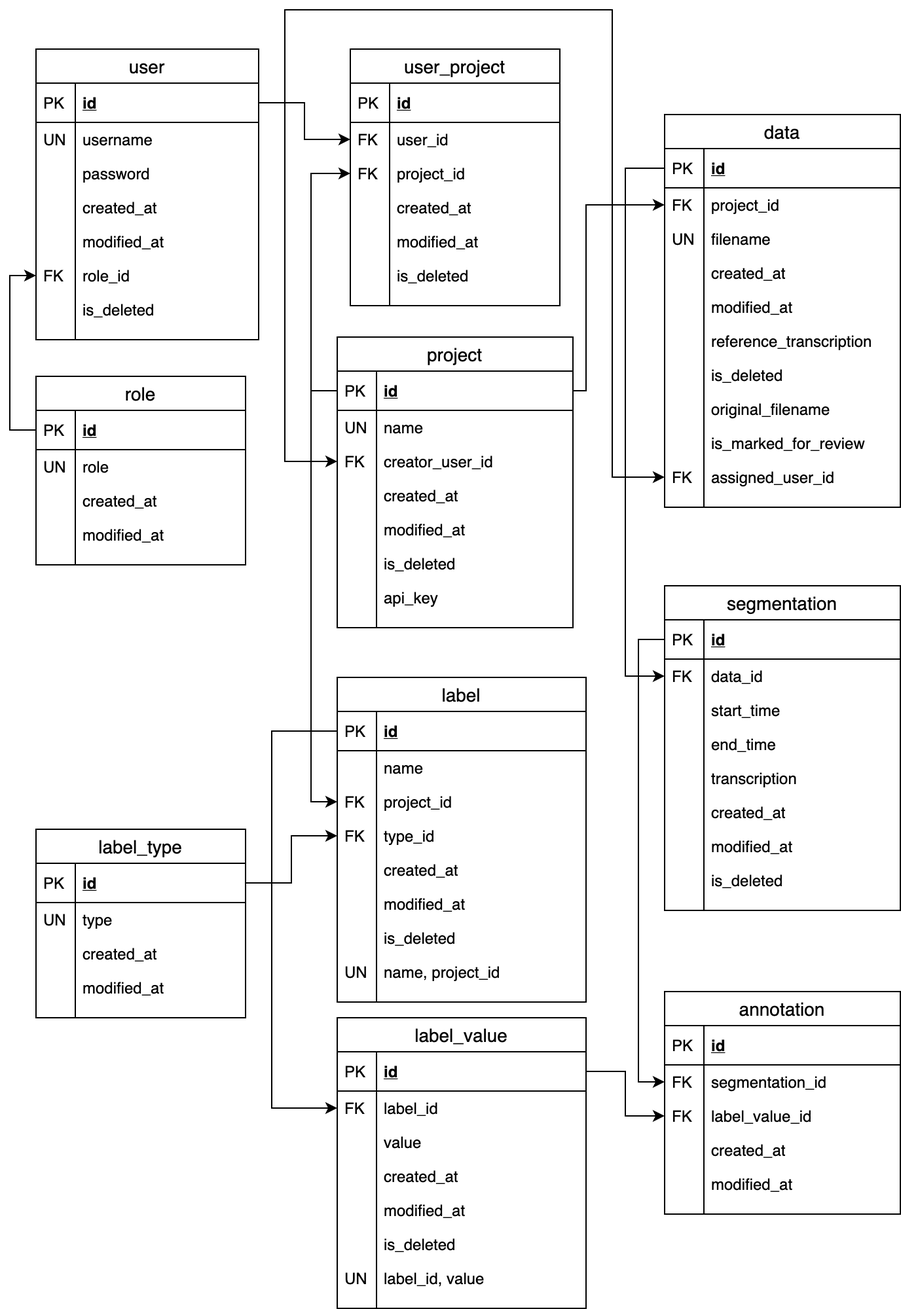
This is docs/database/database.png from midas-research/audino, a draw.io export, as it was before one commit. Source tidied: cells renumbered, new cells last; positions are measured from the earlier drawing's top-left corner, leaving out a move shared by most shapes.
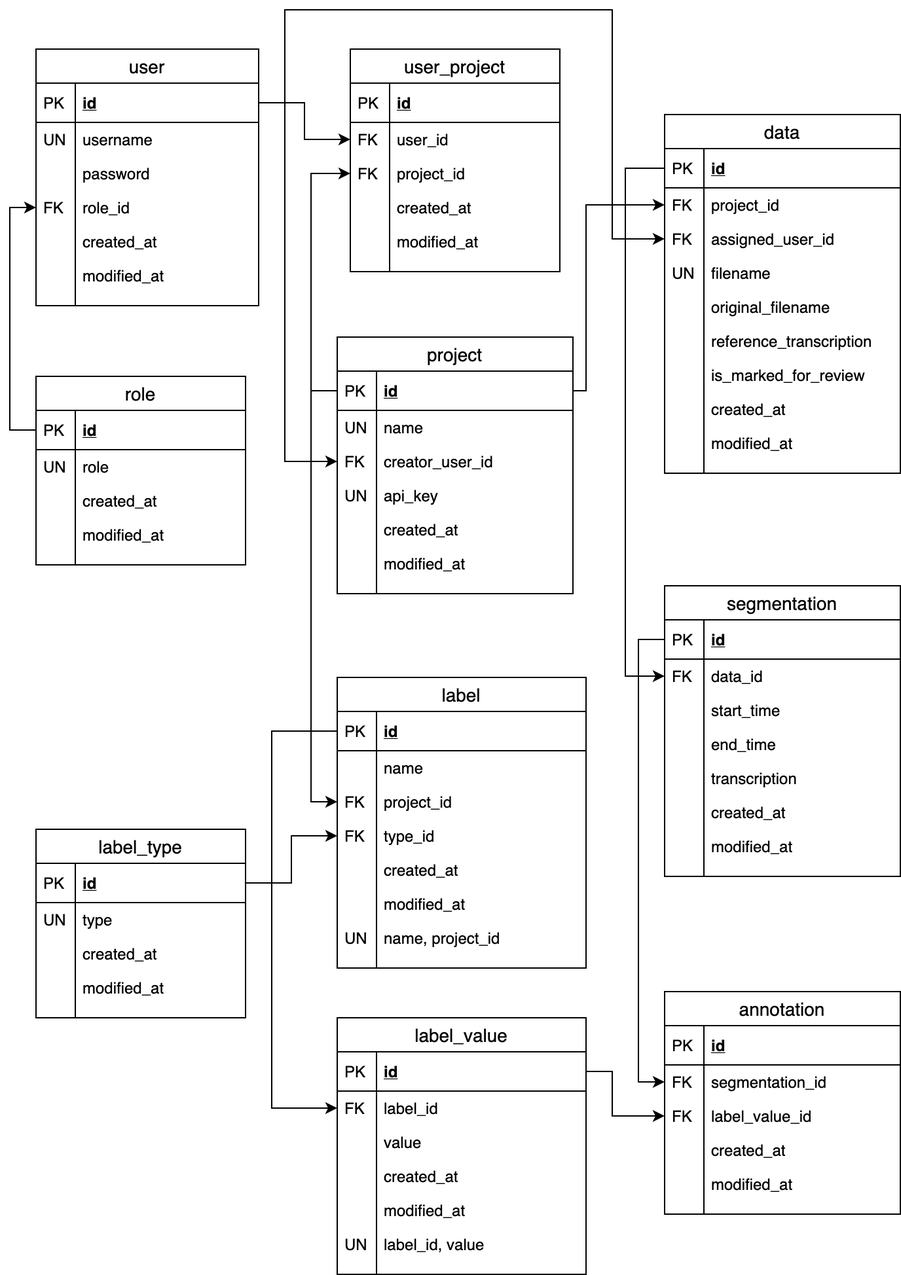
After the change.

Commit message:
[Docs] Updates database and architecture

Diff of the diagram source:
```diff
@@ -5,3 +5,3 @@
     <mxCell id="2" value="user" style="swimlane;fontStyle=0;horizontal=1;startSize=26;align=center;fontSize=14;" parent="1" vertex="1">
-      <mxGeometry y="30" width="170" height="222" as="geometry" />
+      <mxGeometry y="30" width="170" height="196" as="geometry" />
     </mxCell>
@@ -25,4 +25,10 @@
     </mxCell>
+    <mxCell id="13" value="role_id" style="shape=partialRectangle;top=0;left=0;right=0;bottom=0;align=left;verticalAlign=top;fillColor=none;spacingLeft=34;spacingRight=4;overflow=hidden;points=[[0,0.5],[1,0.5]];portConstraint=eastwest;fontSize=12;" parent="2" vertex="1">
+      <mxGeometry y="108" width="170" height="26" as="geometry" />
+    </mxCell>
+    <mxCell id="14" value="FK" style="shape=partialRectangle;top=0;left=0;bottom=0;fillColor=none;align=left;verticalAlign=top;spacingLeft=4;spacingRight=4;overflow=hidden;fontSize=12;" parent="13" vertex="1">
+      <mxGeometry width="30" height="26" as="geometry" />
+    </mxCell>
     <mxCell id="9" value="created_at" style="shape=partialRectangle;top=0;left=0;right=0;bottom=0;align=left;verticalAlign=top;fillColor=none;spacingLeft=34;spacingRight=4;overflow=hidden;fontSize=12;" parent="2" vertex="1">
-      <mxGeometry y="108" width="170" height="26" as="geometry" />
+      <mxGeometry y="134" width="170" height="26" as="geometry" />
     </mxCell>
@@ -32,3 +38,3 @@
     <mxCell id="11" value="modified_at" style="shape=partialRectangle;top=0;left=0;right=0;bottom=0;align=left;verticalAlign=top;fillColor=none;spacingLeft=34;spacingRight=4;overflow=hidden;fontSize=12;" parent="2" vertex="1">
-      <mxGeometry y="134" width="170" height="26" as="geometry" />
+      <mxGeometry y="160" width="170" height="26" as="geometry" />
     </mxCell>
@@ -37,16 +43,4 @@
     </mxCell>
-    <mxCell id="13" value="role_id" style="shape=partialRectangle;top=0;left=0;right=0;bottom=0;align=left;verticalAlign=top;fillColor=none;spacingLeft=34;spacingRight=4;overflow=hidden;points=[[0,0.5],[1,0.5]];portConstraint=eastwest;fontSize=12;" parent="2" vertex="1">
-      <mxGeometry y="160" width="170" height="26" as="geometry" />
-    </mxCell>
-    <mxCell id="14" value="FK" style="shape=partialRectangle;top=0;left=0;bottom=0;fillColor=none;align=left;verticalAlign=top;spacingLeft=4;spacingRight=4;overflow=hidden;fontSize=12;" parent="13" vertex="1">
-      <mxGeometry width="30" height="26" as="geometry" />
-    </mxCell>
-    <mxCell id="15" value="is_deleted" style="shape=partialRectangle;top=0;left=0;right=0;bottom=0;align=left;verticalAlign=top;fillColor=none;spacingLeft=34;spacingRight=4;overflow=hidden;fontSize=12;" parent="2" vertex="1">
-      <mxGeometry y="186" width="170" height="26" as="geometry" />
-    </mxCell>
-    <mxCell id="16" style="shape=partialRectangle;top=0;left=0;bottom=0;fillColor=none;align=left;verticalAlign=top;spacingLeft=4;spacingRight=4;overflow=hidden;fontSize=12;" parent="15" vertex="1">
-      <mxGeometry width="30" height="26" as="geometry" />
-    </mxCell>
     <mxCell id="17" style="shape=partialRectangle;top=0;left=0;right=0;bottom=0;align=left;verticalAlign=top;fillColor=none;spacingLeft=34;spacingRight=4;overflow=hidden;fontSize=12;" parent="2" vertex="1">
-      <mxGeometry y="212" width="170" height="10" as="geometry" />
+      <mxGeometry y="186" width="170" height="10" as="geometry" />
     </mxCell>
@@ -56,3 +50,3 @@
     <mxCell id="19" value="project" style="swimlane;fontStyle=0;horizontal=1;startSize=26;align=center;fontSize=14;" parent="1" vertex="1">
-      <mxGeometry x="230" y="250" width="180" height="222" as="geometry" />
+      <mxGeometry x="230" y="250" width="180" height="196" as="geometry" />
     </mxCell>
@@ -76,4 +70,10 @@
     </mxCell>
+    <mxCell id="32" value="api_key" style="shape=partialRectangle;top=0;left=0;right=0;bottom=0;align=left;verticalAlign=top;fillColor=none;spacingLeft=34;spacingRight=4;overflow=hidden;fontSize=12;" parent="19" vertex="1">
+      <mxGeometry y="108" width="180" height="26" as="geometry" />
+    </mxCell>
+    <mxCell id="33" value="UN" style="shape=partialRectangle;top=0;left=0;bottom=0;fillColor=none;align=left;verticalAlign=top;spacingLeft=4;spacingRight=4;overflow=hidden;fontSize=12;" parent="32" vertex="1">
+      <mxGeometry width="30" height="26" as="geometry" />
+    </mxCell>
     <mxCell id="26" value="created_at" style="shape=partialRectangle;top=0;left=0;right=0;bottom=0;align=left;verticalAlign=top;fillColor=none;spacingLeft=34;spacingRight=4;overflow=hidden;fontSize=12;" parent="19" vertex="1">
-      <mxGeometry y="108" width="180" height="26" as="geometry" />
+      <mxGeometry y="134" width="180" height="26" as="geometry" />
     </mxCell>
@@ -83,3 +83,3 @@
     <mxCell id="28" value="modified_at" style="shape=partialRectangle;top=0;left=0;right=0;bottom=0;align=left;verticalAlign=top;fillColor=none;spacingLeft=34;spacingRight=4;overflow=hidden;fontSize=12;" parent="19" vertex="1">
-      <mxGeometry y="134" width="180" height="26" as="geometry" />
+      <mxGeometry y="160" width="180" height="26" as="geometry" />
     </mxCell>
@@ -88,16 +88,4 @@
     </mxCell>
-    <mxCell id="30" value="is_deleted" style="shape=partialRectangle;top=0;left=0;right=0;bottom=0;align=left;verticalAlign=top;fillColor=none;spacingLeft=34;spacingRight=4;overflow=hidden;fontSize=12;" parent="19" vertex="1">
-      <mxGeometry y="160" width="180" height="26" as="geometry" />
-    </mxCell>
-    <mxCell id="31" style="shape=partialRectangle;top=0;left=0;bottom=0;fillColor=none;align=left;verticalAlign=top;spacingLeft=4;spacingRight=4;overflow=hidden;fontSize=12;" parent="30" vertex="1">
-      <mxGeometry width="30" height="26" as="geometry" />
-    </mxCell>
-    <mxCell id="32" value="api_key" style="shape=partialRectangle;top=0;left=0;right=0;bottom=0;align=left;verticalAlign=top;fillColor=none;spacingLeft=34;spacingRight=4;overflow=hidden;fontSize=12;" parent="19" vertex="1">
-      <mxGeometry y="186" width="180" height="26" as="geometry" />
-    </mxCell>
-    <mxCell id="33" style="shape=partialRectangle;top=0;left=0;bottom=0;fillColor=none;align=left;verticalAlign=top;spacingLeft=4;spacingRight=4;overflow=hidden;fontSize=12;" parent="32" vertex="1">
-      <mxGeometry width="30" height="26" as="geometry" />
-    </mxCell>
     <mxCell id="34" style="shape=partialRectangle;top=0;left=0;right=0;bottom=0;align=left;verticalAlign=top;fillColor=none;spacingLeft=34;spacingRight=4;overflow=hidden;fontSize=12;" parent="19" vertex="1">
-      <mxGeometry y="212" width="180" height="10" as="geometry" />
+      <mxGeometry y="186" width="180" height="10" as="geometry" />
     </mxCell>
@@ -143,3 +131,3 @@
     <mxCell id="48" value="data" style="swimlane;fontStyle=0;horizontal=1;startSize=26;align=center;fontSize=14;" parent="1" vertex="1">
-      <mxGeometry x="480" y="80" width="180" height="300" as="geometry" />
+      <mxGeometry x="480" y="80" width="180" height="274" as="geometry" />
     </mxCell>
@@ -157,4 +145,10 @@
     </mxCell>
+    <mxCell id="67" value="assigned_user_id" style="shape=partialRectangle;top=0;left=0;right=0;bottom=0;align=left;verticalAlign=top;fillColor=none;spacingLeft=34;spacingRight=4;overflow=hidden;points=[[0,0.5],[1,0.5]];portConstraint=eastwest;fontSize=12;" parent="48" vertex="1">
+      <mxGeometry y="82" width="180" height="26" as="geometry" />
+    </mxCell>
+    <mxCell id="68" value="FK" style="shape=partialRectangle;top=0;left=0;bottom=0;fillColor=none;align=left;verticalAlign=top;spacingLeft=4;spacingRight=4;overflow=hidden;fontSize=12;" parent="67" vertex="1">
+      <mxGeometry width="30" height="26" as="geometry" />
+    </mxCell>
     <mxCell id="53" value="filename" style="shape=partialRectangle;top=0;left=0;right=0;bottom=0;align=left;verticalAlign=top;fillColor=none;spacingLeft=34;spacingRight=4;overflow=hidden;fontSize=12;" parent="48" vertex="1">
-      <mxGeometry y="82" width="180" height="26" as="geometry" />
+      <mxGeometry y="108" width="180" height="26" as="geometry" />
     </mxCell>
@@ -163,4 +157,22 @@
     </mxCell>
+    <mxCell id="63" value="original_filename" style="shape=partialRectangle;top=0;left=0;right=0;bottom=0;align=left;verticalAlign=top;fillColor=none;spacingLeft=34;spacingRight=4;overflow=hidden;fontSize=12;" parent="48" vertex="1">
+      <mxGeometry y="134" width="180" height="26" as="geometry" />
+    </mxCell>
+    <mxCell id="64" style="shape=partialRectangle;top=0;left=0;bottom=0;fillColor=none;align=left;verticalAlign=top;spacingLeft=4;spacingRight=4;overflow=hidden;fontSize=12;" parent="63" vertex="1">
+      <mxGeometry width="30" height="26" as="geometry" />
+    </mxCell>
+    <mxCell id="59" value="reference_transcription" style="shape=partialRectangle;top=0;left=0;right=0;bottom=0;align=left;verticalAlign=top;fillColor=none;spacingLeft=34;spacingRight=4;overflow=hidden;fontSize=12;" parent="48" vertex="1">
+      <mxGeometry y="160" width="180" height="26" as="geometry" />
+    </mxCell>
+    <mxCell id="60" style="shape=partialRectangle;top=0;left=0;bottom=0;fillColor=none;align=left;verticalAlign=top;spacingLeft=4;spacingRight=4;overflow=hidden;fontSize=12;" parent="59" vertex="1">
+      <mxGeometry width="30" height="26" as="geometry" />
+    </mxCell>
+    <mxCell id="65" value="is_marked_for_review" style="shape=partialRectangle;top=0;left=0;right=0;bottom=0;align=left;verticalAlign=top;fillColor=none;spacingLeft=34;spacingRight=4;overflow=hidden;fontSize=12;" parent="48" vertex="1">
+      <mxGeometry y="186" width="180" height="26" as="geometry" />
+    </mxCell>
+    <mxCell id="66" style="shape=partialRectangle;top=0;left=0;bottom=0;fillColor=none;align=left;verticalAlign=top;spacingLeft=4;spacingRight=4;overflow=hidden;fontSize=12;" parent="65" vertex="1">
+      <mxGeometry width="30" height="26" as="geometry" />
+    </mxCell>
     <mxCell id="55" value="created_at" style="shape=partialRectangle;top=0;left=0;right=0;bottom=0;align=left;verticalAlign=top;fillColor=none;spacingLeft=34;spacingRight=4;overflow=hidden;fontSize=12;" parent="48" vertex="1">
-      <mxGeometry y="108" width="180" height="26" as="geometry" />
+      <mxGeometry y="212" width="180" height="26" as="geometry" />
     </mxCell>
@@ -170,3 +182,3 @@
     <mxCell id="57" value="modified_at" style="shape=partialRectangle;top=0;left=0;right=0;bottom=0;align=left;verticalAlign=top;fillColor=none;spacingLeft=34;spacingRight=4;overflow=hidden;fontSize=12;" parent="48" vertex="1">
-      <mxGeometry y="134" width="180" height="26" as="geometry" />
+      <mxGeometry y="238" width="180" height="26" as="geometry" />
     </mxCell>
@@ -175,34 +187,4 @@
     </mxCell>
-    <mxCell id="59" value="reference_transcription" style="shape=partialRectangle;top=0;left=0;right=0;bottom=0;align=left;verticalAlign=top;fillColor=none;spacingLeft=34;spacingRight=4;overflow=hidden;fontSize=12;" parent="48" vertex="1">
-      <mxGeometry y="160" width="180" height="26" as="geometry" />
-    </mxCell>
-    <mxCell id="60" style="shape=partialRectangle;top=0;left=0;bottom=0;fillColor=none;align=left;verticalAlign=top;spacingLeft=4;spacingRight=4;overflow=hidden;fontSize=12;" parent="59" vertex="1">
-      <mxGeometry width="30" height="26" as="geometry" />
-    </mxCell>
-    <mxCell id="61" value="is_deleted" style="shape=partialRectangle;top=0;left=0;right=0;bottom=0;align=left;verticalAlign=top;fillColor=none;spacingLeft=34;spacingRight=4;overflow=hidden;fontSize=12;" parent="48" vertex="1">
-      <mxGeometry y="186" width="180" height="26" as="geometry" />
-    </mxCell>
-    <mxCell id="62" style="shape=partialRectangle;top=0;left=0;bottom=0;fillColor=none;align=left;verticalAlign=top;spacingLeft=4;spacingRight=4;overflow=hidden;fontSize=12;" parent="61" vertex="1">
-      <mxGeometry width="30" height="26" as="geometry" />
-    </mxCell>
-    <mxCell id="63" value="original_filename" style="shape=partialRectangle;top=0;left=0;right=0;bottom=0;align=left;verticalAlign=top;fillColor=none;spacingLeft=34;spacingRight=4;overflow=hidden;fontSize=12;" parent="48" vertex="1">
-      <mxGeometry y="212" width="180" height="26" as="geometry" />
-    </mxCell>
-    <mxCell id="64" style="shape=partialRectangle;top=0;left=0;bottom=0;fillColor=none;align=left;verticalAlign=top;spacingLeft=4;spacingRight=4;overflow=hidden;fontSize=12;" parent="63" vertex="1">
-      <mxGeometry width="30" height="26" as="geometry" />
-    </mxCell>
-    <mxCell id="65" value="is_marked_for_review" style="shape=partialRectangle;top=0;left=0;right=0;bottom=0;align=left;verticalAlign=top;fillColor=none;spacingLeft=34;spacingRight=4;overflow=hidden;fontSize=12;" parent="48" vertex="1">
-      <mxGeometry y="238" width="180" height="26" as="geometry" />
-    </mxCell>
-    <mxCell id="66" style="shape=partialRectangle;top=0;left=0;bottom=0;fillColor=none;align=left;verticalAlign=top;spacingLeft=4;spacingRight=4;overflow=hidden;fontSize=12;" parent="65" vertex="1">
-      <mxGeometry width="30" height="26" as="geometry" />
-    </mxCell>
-    <mxCell id="67" value="assigned_user_id" style="shape=partialRectangle;top=0;left=0;right=0;bottom=0;align=left;verticalAlign=top;fillColor=none;spacingLeft=34;spacingRight=4;overflow=hidden;points=[[0,0.5],[1,0.5]];portConstraint=eastwest;fontSize=12;" parent="48" vertex="1">
-      <mxGeometry y="264" width="180" height="26" as="geometry" />
-    </mxCell>
-    <mxCell id="68" value="FK" style="shape=partialRectangle;top=0;left=0;bottom=0;fillColor=none;align=left;verticalAlign=top;spacingLeft=4;spacingRight=4;overflow=hidden;fontSize=12;" parent="67" vertex="1">
-      <mxGeometry width="30" height="26" as="geometry" />
-    </mxCell>
     <mxCell id="69" style="shape=partialRectangle;top=0;left=0;right=0;bottom=0;align=left;verticalAlign=top;fillColor=none;spacingLeft=34;spacingRight=4;overflow=hidden;fontSize=12;" parent="48" vertex="1">
-      <mxGeometry y="290" width="180" height="10" as="geometry" />
+      <mxGeometry y="264" width="180" height="10" as="geometry" />
     </mxCell>
@@ -251,3 +233,3 @@
     <mxCell id="84" value="label" style="swimlane;fontStyle=0;horizontal=1;startSize=26;align=center;fontSize=14;" parent="1" vertex="1">
-      <mxGeometry x="230" y="510" width="190" height="248" as="geometry" />
+      <mxGeometry x="230" y="510" width="190" height="222" as="geometry" />
     </mxCell>
@@ -289,10 +271,4 @@
     </mxCell>
-    <mxCell id="97" value="is_deleted" style="shape=partialRectangle;top=0;left=0;right=0;bottom=0;align=left;verticalAlign=top;fillColor=none;spacingLeft=34;spacingRight=4;overflow=hidden;fontSize=12;" parent="84" vertex="1">
-      <mxGeometry y="186" width="190" height="26" as="geometry" />
-    </mxCell>
-    <mxCell id="98" style="shape=partialRectangle;top=0;left=0;bottom=0;fillColor=none;align=left;verticalAlign=top;spacingLeft=4;spacingRight=4;overflow=hidden;fontSize=12;" parent="97" vertex="1">
-      <mxGeometry width="30" height="26" as="geometry" />
-    </mxCell>
     <mxCell id="99" value="name, project_id" style="shape=partialRectangle;top=0;left=0;right=0;bottom=0;align=left;verticalAlign=top;fillColor=none;spacingLeft=34;spacingRight=4;overflow=hidden;fontSize=12;" parent="84" vertex="1">
-      <mxGeometry y="212" width="190" height="26" as="geometry" />
+      <mxGeometry y="186" width="190" height="26" as="geometry" />
     </mxCell>
@@ -302,3 +278,3 @@
     <mxCell id="101" style="shape=partialRectangle;top=0;left=0;right=0;bottom=0;align=left;verticalAlign=top;fillColor=none;spacingLeft=34;spacingRight=4;overflow=hidden;fontSize=12;" parent="84" vertex="1">
-      <mxGeometry y="238" width="190" height="10" as="geometry" />
+      <mxGeometry y="212" width="190" height="10" as="geometry" />
     </mxCell>
@@ -308,3 +284,3 @@
     <mxCell id="103" value="user_project" style="swimlane;fontStyle=0;horizontal=1;startSize=26;align=center;fontSize=14;" parent="1" vertex="1">
-      <mxGeometry x="240" y="30" width="160" height="196" as="geometry" />
+      <mxGeometry x="240" y="30" width="160" height="170" as="geometry" />
     </mxCell>
@@ -340,10 +316,4 @@
     </mxCell>
-    <mxCell id="114" value="is_deleted" style="shape=partialRectangle;top=0;left=0;right=0;bottom=0;align=left;verticalAlign=top;fillColor=none;spacingLeft=34;spacingRight=4;overflow=hidden;fontSize=12;" parent="103" vertex="1">
-      <mxGeometry y="160" width="160" height="26" as="geometry" />
-    </mxCell>
-    <mxCell id="115" style="shape=partialRectangle;top=0;left=0;bottom=0;fillColor=none;align=left;verticalAlign=top;spacingLeft=4;spacingRight=4;overflow=hidden;fontSize=12;" parent="114" vertex="1">
-      <mxGeometry width="30" height="26" as="geometry" />
-    </mxCell>
     <mxCell id="116" style="shape=partialRectangle;top=0;left=0;right=0;bottom=0;align=left;verticalAlign=top;fillColor=none;spacingLeft=34;spacingRight=4;overflow=hidden;fontSize=12;" parent="103" vertex="1">
-      <mxGeometry y="186" width="160" height="10" as="geometry" />
+      <mxGeometry y="160" width="160" height="10" as="geometry" />
     </mxCell>
@@ -388,3 +358,3 @@
     <mxCell id="123" value="segmentation" style="swimlane;fontStyle=0;horizontal=1;startSize=26;align=center;fontSize=14;" parent="1" vertex="1">
-      <mxGeometry x="480" y="440" width="180" height="248" as="geometry" />
+      <mxGeometry x="480" y="440" width="180" height="222" as="geometry" />
     </mxCell>
@@ -432,10 +402,4 @@
     </mxCell>
-    <mxCell id="138" value="is_deleted" style="shape=partialRectangle;top=0;left=0;right=0;bottom=0;align=left;verticalAlign=top;fillColor=none;spacingLeft=34;spacingRight=4;overflow=hidden;fontSize=12;" parent="123" vertex="1">
-      <mxGeometry y="212" width="180" height="26" as="geometry" />
-    </mxCell>
-    <mxCell id="139" style="shape=partialRectangle;top=0;left=0;bottom=0;fillColor=none;align=left;verticalAlign=top;spacingLeft=4;spacingRight=4;overflow=hidden;fontSize=12;" parent="138" vertex="1">
-      <mxGeometry width="30" height="26" as="geometry" />
-    </mxCell>
     <mxCell id="140" style="shape=partialRectangle;top=0;left=0;right=0;bottom=0;align=left;verticalAlign=top;fillColor=none;spacingLeft=34;spacingRight=4;overflow=hidden;fontSize=12;" parent="123" vertex="1">
-      <mxGeometry y="238" width="180" height="10" as="geometry" />
+      <mxGeometry y="212" width="180" height="10" as="geometry" />
     </mxCell>
@@ -453,3 +417,3 @@
     <mxCell id="143" value="label_value" style="swimlane;fontStyle=0;horizontal=1;startSize=26;align=center;fontSize=14;" parent="1" vertex="1">
-      <mxGeometry x="230" y="770" width="190" height="222" as="geometry" />
+      <mxGeometry x="230" y="770" width="190" height="196" as="geometry" />
     </mxCell>
@@ -485,10 +449,4 @@
     </mxCell>
-    <mxCell id="154" value="is_deleted" style="shape=partialRectangle;top=0;left=0;right=0;bottom=0;align=left;verticalAlign=top;fillColor=none;spacingLeft=34;spacingRight=4;overflow=hidden;fontSize=12;" parent="143" vertex="1">
-      <mxGeometry y="160" width="190" height="26" as="geometry" />
-    </mxCell>
-    <mxCell id="155" style="shape=partialRectangle;top=0;left=0;bottom=0;fillColor=none;align=left;verticalAlign=top;spacingLeft=4;spacingRight=4;overflow=hidden;fontSize=12;" parent="154" vertex="1">
-      <mxGeometry width="30" height="26" as="geometry" />
-    </mxCell>
     <mxCell id="156" value="label_id, value" style="shape=partialRectangle;top=0;left=0;right=0;bottom=0;align=left;verticalAlign=top;fillColor=none;spacingLeft=34;spacingRight=4;overflow=hidden;fontSize=12;" parent="143" vertex="1">
-      <mxGeometry y="186" width="190" height="26" as="geometry" />
+      <mxGeometry y="160" width="190" height="26" as="geometry" />
     </mxCell>
@@ -498,3 +456,3 @@
     <mxCell id="158" style="shape=partialRectangle;top=0;left=0;right=0;bottom=0;align=left;verticalAlign=top;fillColor=none;spacingLeft=34;spacingRight=4;overflow=hidden;fontSize=12;" parent="143" vertex="1">
-      <mxGeometry y="212" width="190" height="10" as="geometry" />
+      <mxGeometry y="186" width="190" height="10" as="geometry" />
     </mxCell>
@@ -515,3 +473,8 @@
     <mxCell id="162" style="edgeStyle=orthogonalEdgeStyle;rounded=0;jettySize=auto;html=1;exitX=1;exitY=0.5;exitDx=0;exitDy=0;entryX=0;entryY=0.5;entryDx=0;entryDy=0;" parent="1" edge="1" source="144" target="76">
-      <mxGeometry relative="1" as="geometry" />
+      <mxGeometry relative="1" as="geometry">
+        <Array as="points">
+          <mxPoint x="440" y="811" />
+          <mxPoint x="440" y="845" />
+        </Array>
+      </mxGeometry>
     </mxCell>
@@ -523,3 +486,3 @@
           <mxPoint x="440" />
-          <mxPoint x="440" y="357" />
+          <mxPoint x="440" y="175" />
         </Array>
```
